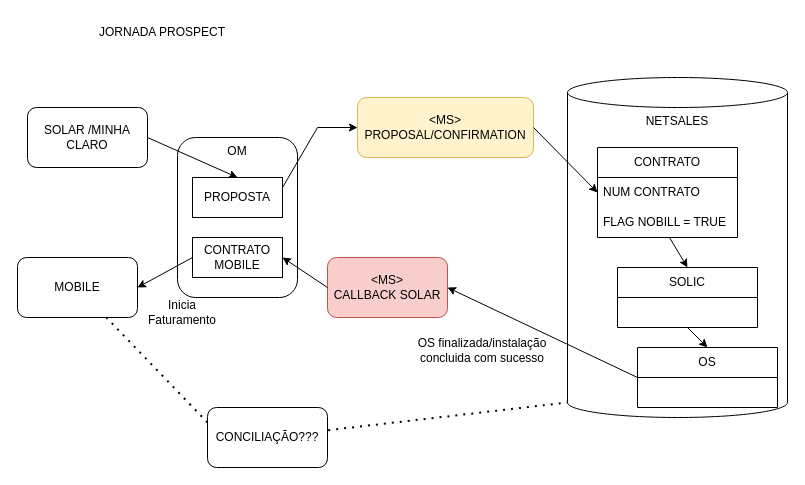
This is page "PROSPECT" (1 of 6) of Billing Divergente Marcelo.drawio from samirali/ClaroBrasil, a draw.io file, before an edit. Source tidied: cells renumbered, new cells numbered last; positions are measured from the earlier drawing's top-left corner, leaving out a move shared by most shapes. Both pictures are drawn from the tidied source at 100%, with x=0, y=0 at pixel (17, 17).
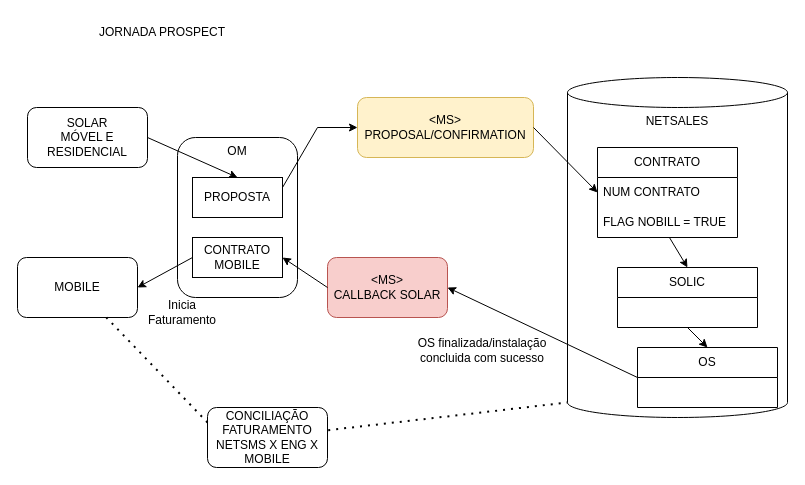
After the change.

Diff of the diagram source:
```diff
@@
-    <mxCell id="2" value="SOLAR /MINHA CLARO" style="rounded=1;whiteSpace=wrap;html=1;" parent="1" vertex="1">
+    <mxCell id="2" value="SOLAR&lt;div&gt;MÓVEL E RESIDENCIAL&lt;/div&gt;" style="rounded=1;whiteSpace=wrap;html=1;" parent="1" vertex="1">
       <mxGeometry x="10" y="90" width="120" height="60" as="geometry" />
     </mxCell>
@@
-    <mxCell id="26" value="CONCILIAÇÃO???" style="rounded=1;whiteSpace=wrap;html=1;" parent="1" vertex="1">
+    <mxCell id="26" value="CONCILIAÇÃO FATURAMENTO NETSMS X ENG X MOBILE" style="rounded=1;whiteSpace=wrap;html=1;" parent="1" vertex="1">
       <mxGeometry x="190" y="390" width="120" height="60" as="geometry" />
     </mxCell>
```
